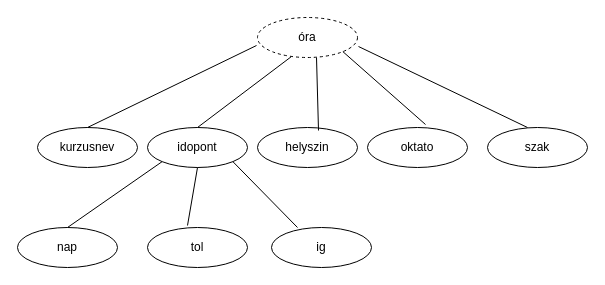
This is Mktjs0_0920/ÓrarendXDM.drawio from kovacsgergely22/Mktjs0WebXMLLev, a draw.io file, before an edit. Source tidied: cells renumbered, new cells numbered last; positions are measured from the earlier drawing's top-left corner, leaving out a move shared by most shapes. Both pictures are drawn from the tidied source at 100%, with x=0, y=0 at pixel (17, 17).
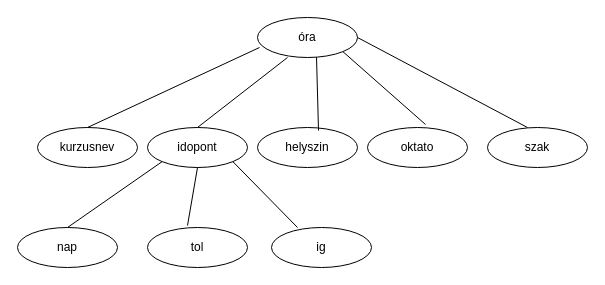
After the change.

Diff of the diagram source:
```diff
@@
 <mxGraphModel>
   <root>
     <mxCell id="0" />
     <mxCell id="1" parent="0" />
-    <mxCell id="2" value="óra" style="ellipse;whiteSpace=wrap;html=1;align=center;dashed=1;" parent="1" vertex="1">
-      <mxGeometry x="240" width="100" height="40" as="geometry" />
-    </mxCell>
     <mxCell id="3" value="szak" style="ellipse;whiteSpace=wrap;html=1;align=center;" parent="1" vertex="1">
       <mxGeometry x="470" y="110" width="100" height="40" as="geometry" />
     </mxCell>
     <mxCell id="4" value="idopont" style="ellipse;whiteSpace=wrap;html=1;align=center;" parent="1" vertex="1">
       <mxGeometry x="130" y="110" width="100" height="40" as="geometry" />
     </mxCell>
     <mxCell id="5" value="oktato" style="ellipse;whiteSpace=wrap;html=1;align=center;" parent="1" vertex="1">
       <mxGeometry x="350" y="110" width="100" height="40" as="geometry" />
     </mxCell>
     <mxCell id="6" value="helyszin" style="ellipse;whiteSpace=wrap;html=1;align=center;" parent="1" vertex="1">
       <mxGeometry x="240" y="110" width="100" height="40" as="geometry" />
     </mxCell>
     <mxCell id="7" value="kurzusnev" style="ellipse;whiteSpace=wrap;html=1;align=center;" parent="1" vertex="1">
       <mxGeometry x="20" y="110" width="100" height="40" as="geometry" />
     </mxCell>
-    <mxCell id="8" style="endArrow=none;html=1;rounded=0;exitX=0.5;exitY=0;exitDx=0;exitDy=0;entryX=-0.01;entryY=0.7;entryDx=0;entryDy=0;entryPerimeter=0;" parent="1" edge="1" source="7" target="2">
+    <mxCell id="8" style="endArrow=none;html=1;rounded=0;exitX=0.5;exitY=0;exitDx=0;exitDy=0;entryX=0.02;entryY=0.75;entryDx=0;entryDy=0;entryPerimeter=0;" parent="1" edge="1" source="7" target="2">
       <mxGeometry relative="1" as="geometry" />
     </mxCell>
-    <mxCell id="9" style="endArrow=none;html=1;rounded=0;exitX=0.34;exitY=0.975;exitDx=0;exitDy=0;exitPerimeter=0;entryX=0.5;entryY=0;entryDx=0;entryDy=0;" parent="1" edge="1" source="2" target="4">
+    <mxCell id="9" style="endArrow=none;html=1;rounded=0;exitX=0.3;exitY=1;exitDx=0;exitDy=0;exitPerimeter=0;entryX=0.5;entryY=0;entryDx=0;entryDy=0;" parent="1" edge="1" source="2" target="4">
       <mxGeometry relative="1" as="geometry" />
     </mxCell>
-    <mxCell id="10" style="endArrow=none;html=1;rounded=0;entryX=0.61;entryY=0.075;entryDx=0;entryDy=0;entryPerimeter=0;exitX=0.59;exitY=1;exitDx=0;exitDy=0;exitPerimeter=0;" parent="1" edge="1" source="2" target="6">
+    <mxCell id="10" style="endArrow=none;html=1;rounded=0;entryX=0.61;entryY=0.075;entryDx=0;entryDy=0;entryPerimeter=0;exitX=0.59;exitY=0.975;exitDx=0;exitDy=0;exitPerimeter=0;" parent="1" edge="1" source="2" target="6">
       <mxGeometry relative="1" as="geometry" />
     </mxCell>
     <mxCell id="11" style="endArrow=none;html=1;rounded=0;entryX=0.58;entryY=-0.075;entryDx=0;entryDy=0;entryPerimeter=0;exitX=1;exitY=1;exitDx=0;exitDy=0;" parent="1" edge="1" source="2" target="5">
       <mxGeometry relative="1" as="geometry" />
     </mxCell>
-    <mxCell id="12" style="endArrow=none;html=1;rounded=0;exitX=1.01;exitY=0.725;exitDx=0;exitDy=0;exitPerimeter=0;entryX=0.4;entryY=0;entryDx=0;entryDy=0;entryPerimeter=0;" parent="1" edge="1" source="2" target="3">
+    <mxCell id="12" style="endArrow=none;html=1;rounded=0;entryX=0.4;entryY=0;entryDx=0;entryDy=0;entryPerimeter=0;exitX=1;exitY=0.5;exitDx=0;exitDy=0;" parent="1" edge="1" source="2" target="3">
       <mxGeometry relative="1" as="geometry" />
     </mxCell>
     <mxCell id="13" value="ig" style="ellipse;whiteSpace=wrap;html=1;align=center;" parent="1" vertex="1">
       <mxGeometry x="254" y="210" width="100" height="40" as="geometry" />
     </mxCell>
     <mxCell id="14" value="tol" style="ellipse;whiteSpace=wrap;html=1;align=center;" parent="1" vertex="1">
       <mxGeometry x="130" y="210" width="100" height="40" as="geometry" />
     </mxCell>
     <mxCell id="15" value="nap" style="ellipse;whiteSpace=wrap;html=1;align=center;" parent="1" vertex="1">
       <mxGeometry y="210" width="100" height="40" as="geometry" />
     </mxCell>
     <mxCell id="16" style="endArrow=none;html=1;rounded=0;exitX=0.26;exitY=0;exitDx=0;exitDy=0;exitPerimeter=0;entryX=1;entryY=1;entryDx=0;entryDy=0;" parent="1" edge="1" source="13" target="4">
       <mxGeometry relative="1" as="geometry" />
     </mxCell>
     <mxCell id="17" style="endArrow=none;html=1;rounded=0;exitX=0.4;exitY=-0.05;exitDx=0;exitDy=0;exitPerimeter=0;entryX=0.5;entryY=1;entryDx=0;entryDy=0;" parent="1" edge="1" source="14" target="4">
       <mxGeometry relative="1" as="geometry" />
     </mxCell>
     <mxCell id="18" style="endArrow=none;html=1;rounded=0;exitX=0.5;exitY=0;exitDx=0;exitDy=0;entryX=0;entryY=1;entryDx=0;entryDy=0;" parent="1" edge="1" source="15" target="4">
       <mxGeometry relative="1" as="geometry" />
     </mxCell>
+    <mxCell id="2" value="óra" style="ellipse;whiteSpace=wrap;html=1;align=center;" parent="1" vertex="1">
+      <mxGeometry x="240" width="100" height="40" as="geometry" />
+    </mxCell>
   </root>
 </mxGraphModel>
```
